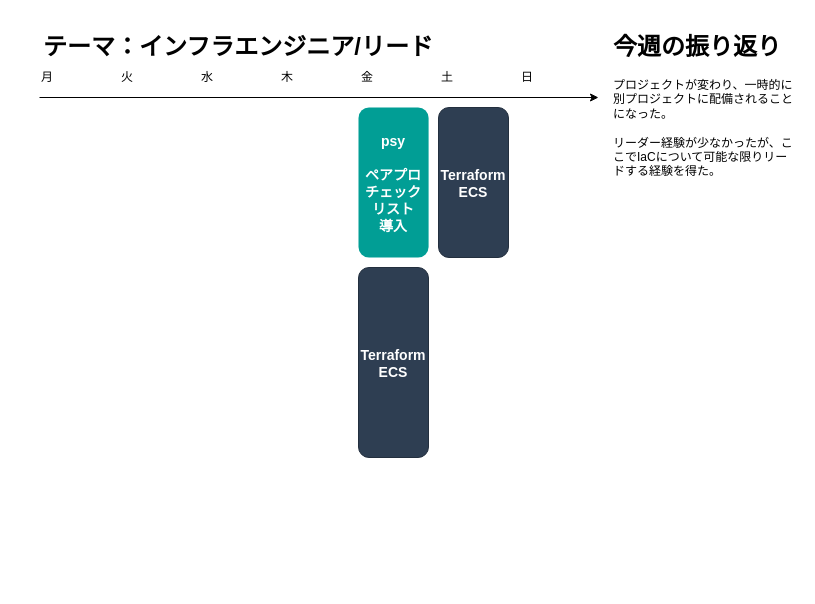
minegishirei/draw_v1 keeps this draw.io diagram as page "202400923" (5 of 13) of life/life.drawio. Above is the earlier version. Source tidied: cells renumbered, new cells numbered last; positions are measured from the earlier drawing's top-left corner, leaving out a move shared by most shapes. Both pictures are drawn from the tidied source at 100%, with x=0, y=0 at pixel (17, 27).
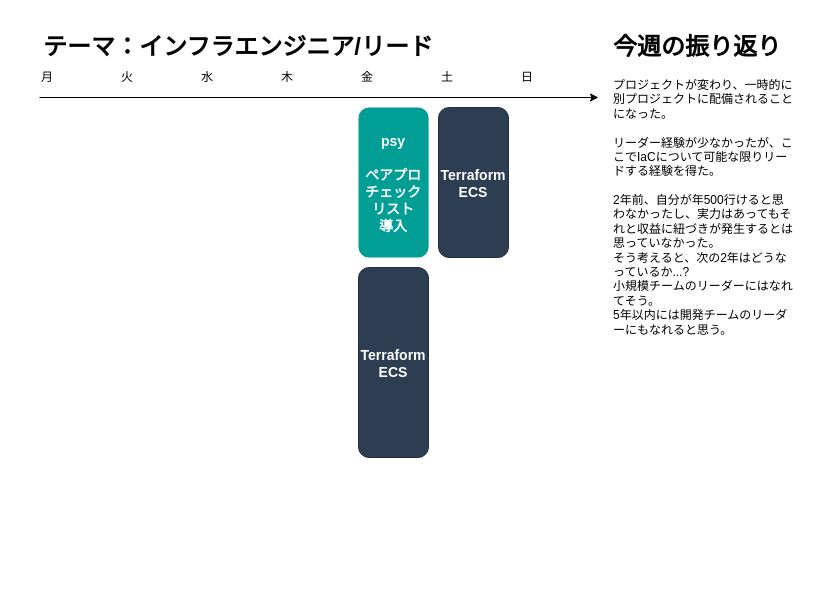
After the change.

Change to the diagram source:
```diff
@@
 <mxGraphModel>
   <root>
     <mxCell id="0" />
     <mxCell id="1" parent="0" />
     <mxCell id="2" value="火" style="text;html=1;strokeColor=none;fillColor=none;align=center;verticalAlign=middle;whiteSpace=wrap;rounded=0;shadow=0;" parent="1" vertex="1">
       <mxGeometry x="80" y="35" width="60" height="30" as="geometry" />
     </mxCell>
     <mxCell id="3" value="水" style="text;html=1;strokeColor=none;fillColor=none;align=center;verticalAlign=middle;whiteSpace=wrap;rounded=0;shadow=0;" parent="1" vertex="1">
       <mxGeometry x="160" y="35" width="60" height="30" as="geometry" />
     </mxCell>
     <mxCell id="4" value="木" style="text;html=1;strokeColor=none;fillColor=none;align=center;verticalAlign=middle;whiteSpace=wrap;rounded=0;shadow=0;" parent="1" vertex="1">
       <mxGeometry x="240" y="35" width="60" height="30" as="geometry" />
     </mxCell>
     <mxCell id="5" value="金" style="text;html=1;strokeColor=none;fillColor=none;align=center;verticalAlign=middle;whiteSpace=wrap;rounded=0;shadow=0;" parent="1" vertex="1">
       <mxGeometry x="320" y="35" width="60" height="30" as="geometry" />
     </mxCell>
     <mxCell id="6" value="土" style="text;html=1;strokeColor=none;fillColor=none;align=center;verticalAlign=middle;whiteSpace=wrap;rounded=0;shadow=0;" parent="1" vertex="1">
       <mxGeometry x="400" y="35" width="60" height="30" as="geometry" />
     </mxCell>
     <mxCell id="7" value="日" style="text;html=1;strokeColor=none;fillColor=none;align=center;verticalAlign=middle;whiteSpace=wrap;rounded=0;shadow=0;" parent="1" vertex="1">
       <mxGeometry x="480" y="35" width="60" height="30" as="geometry" />
     </mxCell>
     <mxCell id="8" value="月" style="text;html=1;strokeColor=none;fillColor=none;align=center;verticalAlign=middle;whiteSpace=wrap;rounded=0;shadow=0;" parent="1" vertex="1">
       <mxGeometry y="35" width="60" height="30" as="geometry" />
     </mxCell>
     <mxCell id="9" value="&lt;h1&gt;テーマ：インフラエンジニア/リード&lt;/h1&gt;" style="text;html=1;strokeColor=none;fillColor=none;spacing=5;spacingTop=-20;whiteSpace=wrap;overflow=hidden;rounded=0;shadow=0;" parent="1" vertex="1">
       <mxGeometry x="21" width="480" height="40" as="geometry" />
     </mxCell>
     <mxCell id="10" style="endArrow=classic;html=1;rounded=0;shadow=0;" parent="1" edge="1">
       <mxGeometry relative="1" as="geometry">
         <mxPoint x="22" y="70" as="sourcePoint" />
         <mxPoint x="581" y="70" as="targetPoint" />
       </mxGeometry>
     </mxCell>
-    <mxCell id="11" value="&lt;h1&gt;&lt;/h1&gt;&lt;h1 style=&quot;border-color: var(--border-color);&quot;&gt;今週の振り返り&lt;/h1&gt;&lt;div&gt;&lt;span style=&quot;background-color: initial;&quot;&gt;プロジェクトが変わり、一時的に別プロジェクトに配備されることになった。&lt;/span&gt;&lt;/div&gt;&lt;div&gt;&lt;span style=&quot;background-color: initial;&quot;&gt;&lt;br&gt;&lt;/span&gt;&lt;/div&gt;&lt;div&gt;&lt;span style=&quot;background-color: initial;&quot;&gt;リーダー経験が少なかったが、ここでIaCについて可能な限りリードする経験を得た。&lt;/span&gt;&lt;br&gt;&lt;/div&gt;" style="text;html=1;strokeColor=none;fillColor=none;spacing=5;spacingTop=-20;whiteSpace=wrap;overflow=hidden;rounded=0;shadow=0;" parent="1" vertex="1">
+    <mxCell id="11" value="&lt;h1&gt;&lt;/h1&gt;&lt;h1 style=&quot;border-color: var(--border-color);&quot;&gt;今週の振り返り&lt;/h1&gt;&lt;div&gt;&lt;span style=&quot;background-color: initial;&quot;&gt;プロジェクトが変わり、一時的に別プロジェクトに配備されることになった。&lt;/span&gt;&lt;/div&gt;&lt;div&gt;&lt;span style=&quot;background-color: initial;&quot;&gt;&lt;br&gt;&lt;/span&gt;&lt;/div&gt;&lt;div&gt;&lt;span style=&quot;background-color: initial;&quot;&gt;リーダー経験が少なかったが、ここでIaCについて可能な限りリードする経験を得た。&lt;/span&gt;&lt;br&gt;&lt;/div&gt;&lt;div&gt;&lt;span style=&quot;background-color: initial;&quot;&gt;&lt;br&gt;&lt;/span&gt;&lt;/div&gt;&lt;div&gt;2年前、自分が年500行けると思わなかったし、実力はあってもそれと収益に紐づきが発生するとは思っていなかった。&lt;/div&gt;&lt;div&gt;そう考えると、次の2年はどうなっているか...?&lt;/div&gt;&lt;div&gt;小規模チームのリーダーにはなれてそう。&lt;/div&gt;&lt;div&gt;5年以内には開発チームのリーダーにもなれると思う。&lt;/div&gt;" style="text;html=1;strokeColor=none;fillColor=none;spacing=5;spacingTop=-20;whiteSpace=wrap;overflow=hidden;rounded=0;shadow=0;" parent="1" vertex="1">
       <mxGeometry x="591" width="190" height="560" as="geometry" />
     </mxCell>
     <mxCell id="12" value="psy&#10;&#10;ペアプロ&#10;チェック&#10;リスト&#10;導入" style="rounded=1;fillColor=#019E95;strokeColor=none;shadow=0;gradientColor=none;fontStyle=1;fontColor=#FFFFFF;fontSize=14;" parent="1" vertex="1">
       <mxGeometry x="341" y="80" width="70.1" height="150" as="geometry" />
     </mxCell>
     <mxCell id="13" value="Terraform&#10;ECS" style="rounded=1;fillColor=#2E3E52;strokeColor=#232F3E;shadow=0;gradientColor=none;fontStyle=1;fontColor=#FFFFFF;fontSize=14;" parent="1" vertex="1">
       <mxGeometry x="421" y="80" width="70" height="150" as="geometry" />
     </mxCell>
     <mxCell id="14" value="Terraform&#10;ECS" style="rounded=1;fillColor=#2E3E52;strokeColor=#232F3E;shadow=0;gradientColor=none;fontStyle=1;fontColor=#FFFFFF;fontSize=14;" parent="1" vertex="1">
       <mxGeometry x="341" y="240" width="70" height="190" as="geometry" />
     </mxCell>
   </root>
 </mxGraphModel>
```
